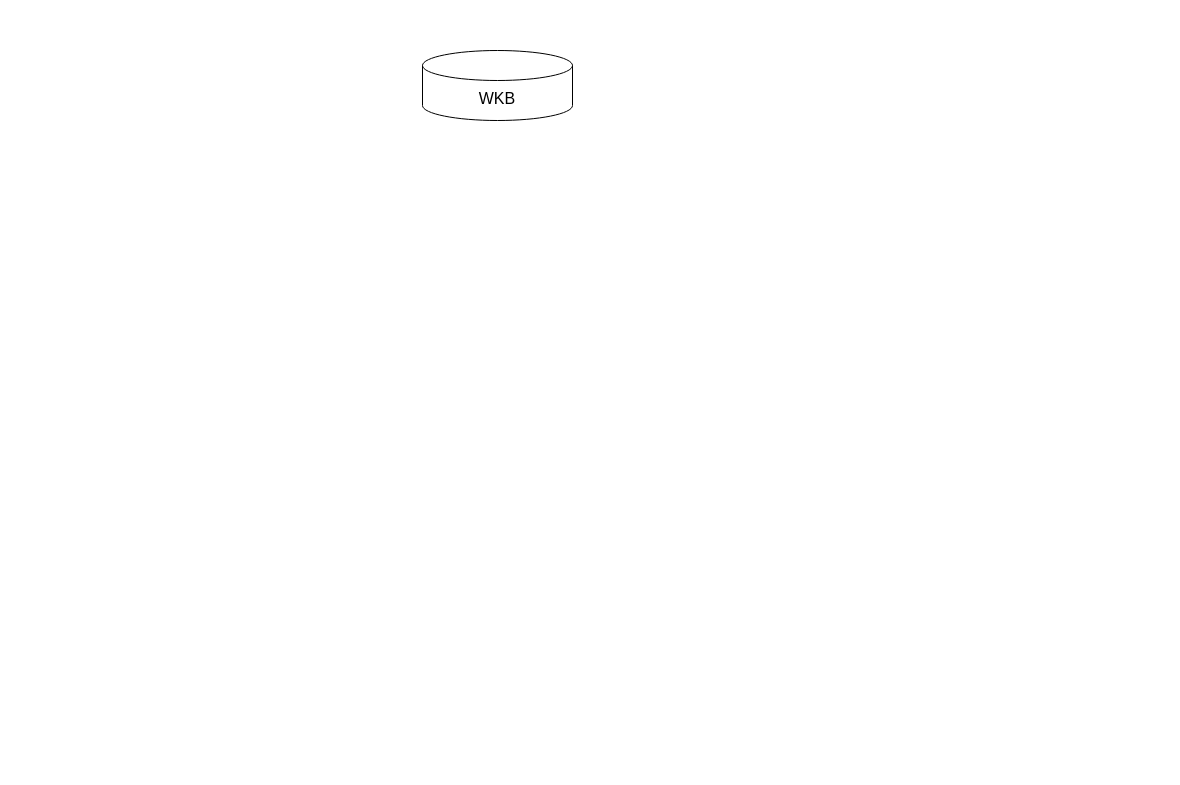
This is geofuncs.drawio from shinyano/drawio, a draw.io file, before an edit. Source tidied: cells renumbered, new cells numbered last; positions are measured from the earlier drawing's top-left corner, leaving out a move shared by most shapes. Both pictures are drawn from the tidied source at 100%, with x=0, y=0 at pixel (422, 50).
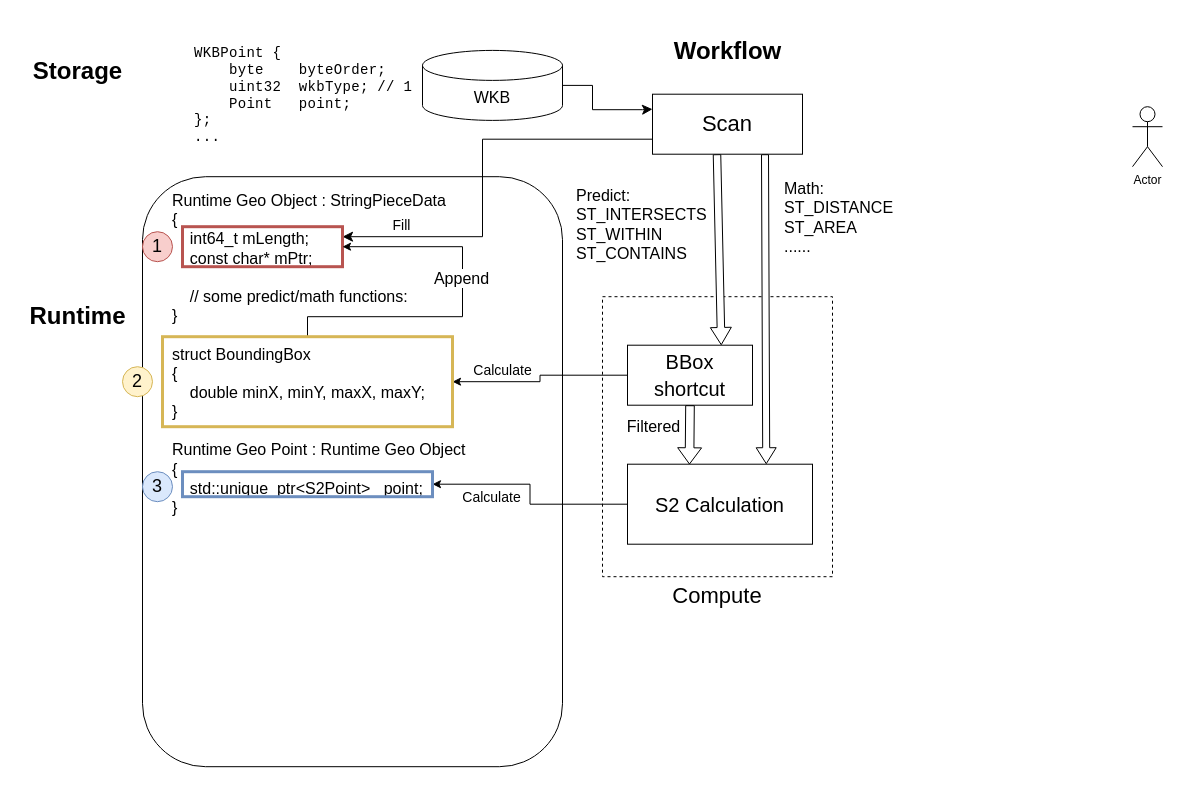
The same diagram, later.

The edit, as a diff of the source:
```diff
@@
     <mxCell id="2" value="WKB" style="shape=cylinder3;whiteSpace=wrap;html=1;boundedLbl=1;backgroundOutline=1;size=15;fontSize=16;" parent="1" vertex="1">
-      <mxGeometry width="150" height="70" as="geometry" />
+      <mxGeometry y="-0.1" width="140" height="70" as="geometry" />
     </mxCell>
+    <mxCell id="3" value="&lt;span style=&quot;caret-color: rgb(185, 185, 185); font-family: &amp;quot;Liberation Mono&amp;quot;, monospace; font-size: 14px; letter-spacing: 0.33px; white-space: pre; color: rgb(0, 0, 0);&quot;&gt;WKBPoint {&lt;br&gt;    byte    byteOrder;&lt;br&gt;    uint32  wkbType; // 1&lt;br&gt;    Point   point;&lt;br&gt;};&lt;/span&gt;&lt;div&gt;&lt;span style=&quot;caret-color: rgb(185, 185, 185); font-family: &amp;quot;Liberation Mono&amp;quot;, monospace; font-size: 14px; letter-spacing: 0.33px; white-space: pre;&quot;&gt;&lt;span style=&quot;caret-color: rgb(185, 185, 185); letter-spacing: 0.33px; color: rgb(0, 0, 0);&quot;&gt;...&lt;/span&gt;&lt;/span&gt;&lt;/div&gt;" style="text;html=1;align=left;verticalAlign=middle;whiteSpace=wrap;rounded=0;" parent="1" vertex="1">
+      <mxGeometry x="-230" y="-13.8" width="240" height="117.5" as="geometry" />
+    </mxCell>
+    <mxCell id="4" value="&lt;div&gt;Runtime Geo Object :&amp;nbsp;StringPieceData&lt;br&gt;&lt;/div&gt;&lt;div&gt;&lt;font&gt;{&lt;/font&gt;&lt;/div&gt;&lt;div&gt;&amp;nbsp; &amp;nbsp; &lt;font&gt;&lt;span style=&quot;white-space: pre;&quot;&gt;int64_t mLength;&lt;br&gt;    const char* mPtr;&lt;/span&gt;&lt;/font&gt;&lt;/div&gt;&lt;div&gt;&lt;span style=&quot;white-space: pre;&quot;&gt;&amp;nbsp;   &lt;/span&gt;&lt;/div&gt;&lt;div&gt;&lt;span style=&quot;white-space: pre;&quot;&gt;    // some predict/math functions:&lt;/span&gt;&lt;/div&gt;&lt;div&gt;&lt;font&gt;}&lt;/font&gt;&lt;/div&gt;&lt;div&gt;&lt;font&gt;&lt;br&gt;&lt;/font&gt;&lt;/div&gt;&lt;div&gt;&lt;font&gt;&lt;div&gt;struct BoundingBox&lt;br&gt;&lt;/div&gt;&lt;div&gt;&lt;div&gt;{&lt;/div&gt;&lt;div&gt;&amp;nbsp; &amp;nbsp; double minX, minY, maxX, maxY;&lt;/div&gt;&lt;div&gt;}&lt;/div&gt;&lt;/div&gt;&lt;div&gt;&lt;br&gt;&lt;/div&gt;&lt;/font&gt;&lt;/div&gt;&lt;div&gt;Runtime Geo Point : Runtime Geo Object&lt;/div&gt;&lt;div&gt;{&lt;/div&gt;&lt;div&gt;&amp;nbsp; &amp;nbsp; std::unique_ptr&amp;lt;S2Point&amp;gt; _point;&lt;/div&gt;&lt;div&gt;}&lt;/div&gt;&lt;div&gt;&lt;br&gt;&lt;/div&gt;" style="rounded=1;whiteSpace=wrap;html=1;fontSize=16;spacing=0;verticalAlign=top;align=left;spacingTop=10;spacingLeft=30;" parent="1" vertex="1">
+      <mxGeometry x="-280" y="126.2" width="420" height="590" as="geometry" />
+    </mxCell>
+    <mxCell id="5" value="&lt;h1&gt;Storage&lt;/h1&gt;" style="text;html=1;align=center;verticalAlign=middle;strokeColor=none;fillColor=none;fontStyle=1;" parent="1" vertex="1">
+      <mxGeometry x="-400" y="-13.8" width="110" height="70" as="geometry" />
+    </mxCell>
+    <mxCell id="6" value="&lt;h1&gt;Runtime&lt;/h1&gt;" style="text;html=1;align=center;verticalAlign=middle;strokeColor=none;fillColor=none;fontStyle=1;" parent="1" vertex="1">
+      <mxGeometry x="-405" y="231.2" width="120" height="70" as="geometry" />
+    </mxCell>
+    <mxCell id="7" value="&lt;h1&gt;Workflow&lt;/h1&gt;" style="text;html=1;align=center;verticalAlign=middle;strokeColor=none;fillColor=none;" parent="1" vertex="1">
+      <mxGeometry x="240" y="-33.8" width="130" height="70" as="geometry" />
+    </mxCell>
+    <mxCell id="8" value="Scan" style="rounded=0;whiteSpace=wrap;html=1;fontSize=22;fontStyle=0;" parent="1" vertex="1">
+      <mxGeometry x="230" y="43.7" width="150" height="60" as="geometry" />
+    </mxCell>
+    <mxCell id="9" style="edgeStyle=segmentEdgeStyle;endArrow=classic;html=1;curved=0;rounded=0;endSize=8;startSize=8;entryX=0;entryY=0.25;entryDx=0;entryDy=0;exitX=1;exitY=0.5;exitDx=0;exitDy=0;exitPerimeter=0;" parent="1" edge="1" source="2" target="8">
+      <mxGeometry relative="1" as="geometry">
+        <Array as="points">
+          <mxPoint x="170" y="35.2" />
+          <mxPoint x="170" y="59.2" />
+          <mxPoint x="220" y="59.2" />
+        </Array>
+      </mxGeometry>
+    </mxCell>
+    <mxCell id="10" style="edgeStyle=segmentEdgeStyle;endArrow=classic;html=1;curved=0;rounded=0;endSize=8;startSize=8;exitX=0;exitY=0.75;exitDx=0;exitDy=0;entryX=1;entryY=0.25;entryDx=0;entryDy=0;" parent="1" edge="1" source="8" target="12">
+      <mxGeometry relative="1" as="geometry">
+        <Array as="points">
+          <mxPoint x="60" y="89.2" />
+          <mxPoint x="60" y="186.2" />
+        </Array>
+      </mxGeometry>
+    </mxCell>
+    <mxCell id="11" value="Fill" style="edgeLabel;html=1;align=center;verticalAlign=middle;fontSize=14;" parent="10" vertex="1">
+      <mxGeometry x="0.76" relative="1" as="geometry">
+        <mxPoint x="10" y="-12" as="offset" />
+      </mxGeometry>
+    </mxCell>
+    <mxCell id="12" style="rounded=0;whiteSpace=wrap;html=1;fillColor=none;strokeColor=#b85450;strokeWidth=3;" parent="1" vertex="1">
+      <mxGeometry x="-240" y="176.2" width="160" height="40" as="geometry" />
+    </mxCell>
+    <mxCell id="13" value="Compute" style="rounded=0;whiteSpace=wrap;html=1;fontSize=22;fontStyle=0;verticalAlign=top;labelPosition=center;verticalLabelPosition=bottom;align=center;dashed=1;" parent="1" vertex="1">
+      <mxGeometry x="180" y="246.2" width="230" height="280" as="geometry" />
+    </mxCell>
+    <mxCell id="14" style="edgeStyle=orthogonalEdgeStyle;rounded=0;jettySize=auto;html=1;entryX=1;entryY=0.5;entryDx=0;entryDy=0;" parent="1" edge="1" source="16" target="21">
+      <mxGeometry relative="1" as="geometry" />
+    </mxCell>
+    <mxCell id="15" value="Calculate" style="edgeLabel;html=1;align=center;verticalAlign=middle;fontSize=14;" parent="14" vertex="1">
+      <mxGeometry x="0.36" y="2" relative="1" as="geometry">
+        <mxPoint x="-9" y="-14" as="offset" />
+      </mxGeometry>
+    </mxCell>
+    <mxCell id="16" value="&lt;font style=&quot;font-size: 20px;&quot; face=&quot;Helvetica&quot;&gt;BBox shortcut&lt;/font&gt;" style="rounded=0;whiteSpace=wrap;html=1;fontSize=22;fontStyle=0;" parent="1" vertex="1">
+      <mxGeometry x="205" y="294.7" width="125" height="60" as="geometry" />
+    </mxCell>
+    <mxCell id="17" style="shape=flexArrow;endArrow=classic;html=1;rounded=0;exitX=0.25;exitY=1;exitDx=0;exitDy=0;fillColor=default;endWidth=12.5;endSize=5.408333333333333;width=7.5;entryX=0.75;entryY=0;entryDx=0;entryDy=0;" parent="1" edge="1" target="16">
+      <mxGeometry relative="1" as="geometry">
+        <mxPoint x="294.5" y="103.7" as="sourcePoint" />
+      </mxGeometry>
+    </mxCell>
+    <mxCell id="18" value="Predict:&amp;nbsp;&lt;div&gt;&lt;div&gt;ST_INTERSECTS&lt;/div&gt;&lt;div&gt;ST_WITHIN&lt;/div&gt;&lt;div&gt;ST_CONTAINS&lt;/div&gt;&lt;/div&gt;" style="edgeLabel;html=1;align=left;verticalAlign=middle;fontSize=16;labelBackgroundColor=none;" parent="17" vertex="1">
+      <mxGeometry x="-0.35" y="2" relative="1" as="geometry">
+        <mxPoint x="-146" y="8" as="offset" />
+      </mxGeometry>
+    </mxCell>
+    <mxCell id="19" style="edgeStyle=orthogonalEdgeStyle;rounded=0;jettySize=auto;html=1;exitX=0.5;exitY=0;exitDx=0;exitDy=0;entryX=1;entryY=0.5;entryDx=0;entryDy=0;" parent="1" edge="1" source="21" target="12">
+      <mxGeometry relative="1" as="geometry">
+        <Array as="points">
+          <mxPoint x="-115" y="266.2" />
+          <mxPoint x="40" y="266.2" />
+          <mxPoint x="40" y="196.2" />
+        </Array>
+      </mxGeometry>
+    </mxCell>
+    <mxCell id="20" value="Append" style="edgeLabel;html=1;align=center;verticalAlign=middle;fontSize=16;" parent="19" vertex="1">
+      <mxGeometry x="0.17" y="2" relative="1" as="geometry" />
+    </mxCell>
+    <mxCell id="21" style="rounded=0;whiteSpace=wrap;html=1;fillColor=none;strokeColor=#d6b656;strokeWidth=3;" parent="1" vertex="1">
+      <mxGeometry x="-260" y="286.2" width="290" height="90" as="geometry" />
+    </mxCell>
+    <mxCell id="22" value="1" style="ellipse;whiteSpace=wrap;html=1;fillColor=#f8cecc;strokeColor=#b85450;fontSize=18;" parent="1" vertex="1">
+      <mxGeometry x="-280" y="181.2" width="30" height="30" as="geometry" />
+    </mxCell>
+    <mxCell id="23" value="2" style="ellipse;whiteSpace=wrap;html=1;fillColor=#fff2cc;strokeColor=#d6b656;fontSize=18;" parent="1" vertex="1">
+      <mxGeometry x="-300" y="316.2" width="30" height="30" as="geometry" />
+    </mxCell>
+    <mxCell id="24" style="edgeStyle=orthogonalEdgeStyle;rounded=0;jettySize=auto;html=1;entryX=1;entryY=0.5;entryDx=0;entryDy=0;" parent="1" edge="1" source="26" target="30">
+      <mxGeometry relative="1" as="geometry" />
+    </mxCell>
+    <mxCell id="25" value="&lt;span style=&quot;font-size: 14px;&quot;&gt;Calculate&lt;/span&gt;" style="edgeLabel;html=1;align=center;verticalAlign=middle;" parent="24" vertex="1">
+      <mxGeometry x="0.32" y="1" relative="1" as="geometry">
+        <mxPoint x="-15" y="12" as="offset" />
+      </mxGeometry>
+    </mxCell>
+    <mxCell id="26" value="&lt;font style=&quot;font-size: 20px;&quot;&gt;S2 Calculation&lt;/font&gt;" style="rounded=0;whiteSpace=wrap;html=1;" parent="1" vertex="1">
+      <mxGeometry x="205" y="413.7" width="185" height="80" as="geometry" />
+    </mxCell>
+    <mxCell id="27" style="shape=flexArrow;endArrow=classic;html=1;rounded=0;exitX=0.75;exitY=1;exitDx=0;exitDy=0;entryX=0.75;entryY=0;entryDx=0;entryDy=0;fillColor=default;width=7;endSize=4.99;endWidth=12;" parent="1" edge="1" source="8" target="26">
+      <mxGeometry relative="1" as="geometry" />
+    </mxCell>
+    <mxCell id="28" value="Actor" style="shape=umlActor;verticalLabelPosition=bottom;verticalAlign=top;html=1;" parent="1" vertex="1">
+      <mxGeometry x="710" y="56.2" width="30" height="60" as="geometry" />
+    </mxCell>
+    <mxCell id="29" value="Math:&amp;nbsp;&lt;div&gt;&lt;div&gt;ST_DISTANCE&lt;/div&gt;&lt;/div&gt;&lt;div&gt;ST_AREA&lt;/div&gt;&lt;div&gt;......&lt;/div&gt;" style="edgeLabel;html=1;align=left;verticalAlign=middle;fontSize=16;labelBackgroundColor=none;" parent="1" vertex="1">
+      <mxGeometry x="360" y="166.2" as="geometry" />
+    </mxCell>
+    <mxCell id="30" style="rounded=0;whiteSpace=wrap;html=1;fillColor=none;strokeColor=#6c8ebf;strokeWidth=3;" parent="1" vertex="1">
+      <mxGeometry x="-240" y="421.2" width="250" height="25" as="geometry" />
+    </mxCell>
+    <mxCell id="31" value="3" style="ellipse;whiteSpace=wrap;html=1;fillColor=#dae8fc;strokeColor=#6c8ebf;fontSize=18;" parent="1" vertex="1">
+      <mxGeometry x="-280" y="421.2" width="30" height="30" as="geometry" />
+    </mxCell>
+    <mxCell id="32" style="shape=flexArrow;endArrow=classic;html=1;rounded=0;exitX=0.5;exitY=1;exitDx=0;exitDy=0;entryX=0.335;entryY=0.004;entryDx=0;entryDy=0;entryPerimeter=0;width=8.61111111111111;endSize=5.077777777777778;endWidth=14.27469135802469;" parent="1" edge="1" source="16" target="26">
+      <mxGeometry relative="1" as="geometry" />
+    </mxCell>
+    <mxCell id="33" value="Filtered" style="edgeLabel;html=1;align=center;verticalAlign=middle;fontSize=16;" parent="32" vertex="1">
+      <mxGeometry x="-0.28" y="-7" relative="1" as="geometry">
+        <mxPoint x="-30" as="offset" />
+      </mxGeometry>
+    </mxCell>
```
